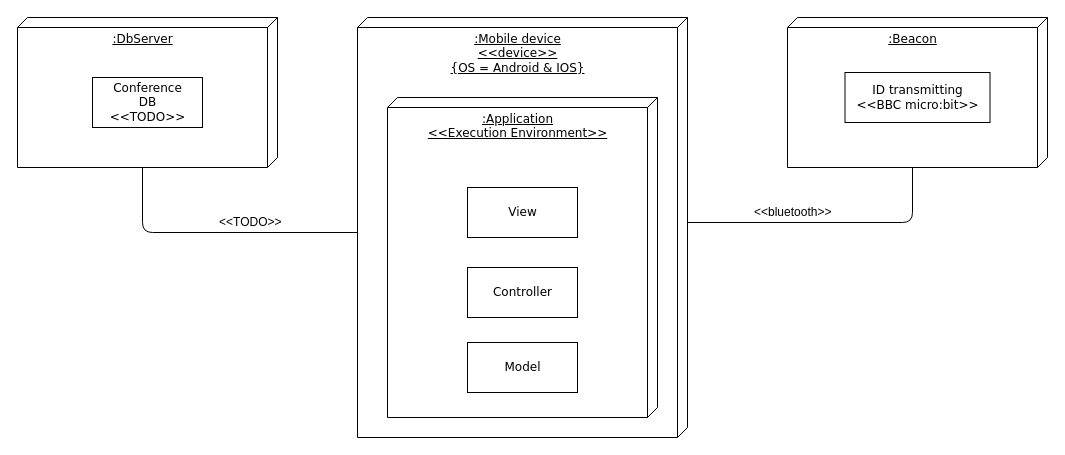
Above: doc/UML/Deployment_diagram/Deployment_diagram.drawio in kiko-g/feup-esof (draw.io), before the change. Source tidied: cells renumbered, new cells numbered last; positions are measured from the earlier drawing's top-left corner, leaving out a move shared by most shapes. Both pictures are drawn from the tidied source at 100%, with x=0, y=0 at pixel (17, 17).
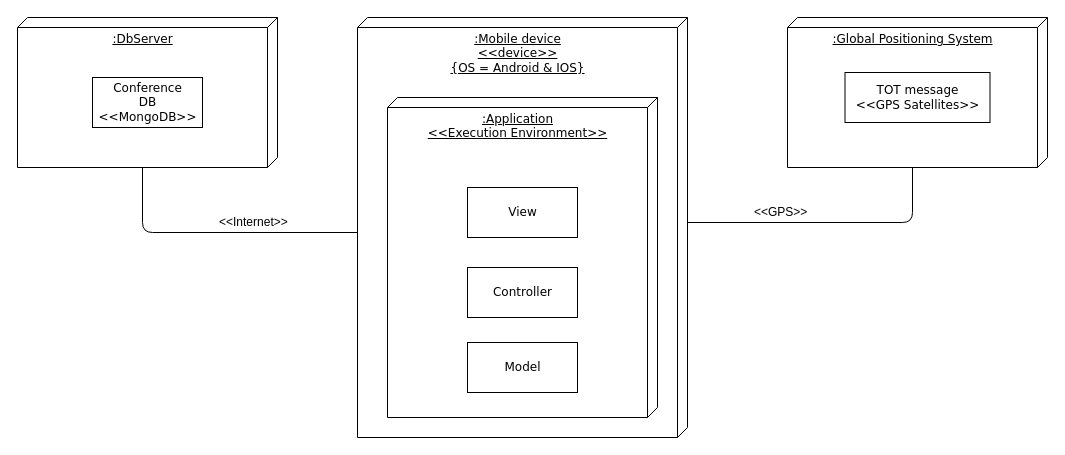
The same page after the edit.

Commit message (it also covers changes not shown here):
Updated deployment diagrams

Change to the diagram source:
```diff
@@
 <mxGraphModel background="#ffffff">
   <root>
     <mxCell id="0" />
     <mxCell id="1" parent="0" />
     <mxCell id="2" value=":Mobile device&lt;br&gt;&amp;lt;&amp;lt;device&amp;gt;&amp;gt;&lt;br&gt;{OS = Android &amp;amp; IOS}" style="verticalAlign=top;align=center;spacingTop=8;spacingLeft=2;spacingRight=12;shape=cube;size=10;direction=south;fontStyle=4;html=1;rounded=0;shadow=0;comic=0;labelBackgroundColor=none;strokeWidth=1;fontFamily=Verdana;fontSize=12;" parent="1" vertex="1">
       <mxGeometry x="340" width="330" height="420" as="geometry" />
     </mxCell>
     <mxCell id="3" value=":Application&lt;br&gt;&amp;lt;&amp;lt;Execution Environment&amp;gt;&amp;gt;" style="verticalAlign=top;align=center;spacingTop=8;spacingLeft=2;spacingRight=12;shape=cube;size=10;direction=south;fontStyle=4;html=1;rounded=0;shadow=0;comic=0;labelBackgroundColor=none;strokeWidth=1;fontFamily=Verdana;fontSize=12;" parent="1" vertex="1">
       <mxGeometry x="370" y="80" width="270" height="320" as="geometry" />
     </mxCell>
     <mxCell id="4" value=":DbServer" style="verticalAlign=top;align=center;spacingTop=8;spacingLeft=2;spacingRight=12;shape=cube;size=10;direction=south;fontStyle=4;html=1;rounded=0;shadow=0;comic=0;labelBackgroundColor=none;strokeWidth=1;fontFamily=Verdana;fontSize=12;" parent="1" vertex="1">
       <mxGeometry width="260" height="150" as="geometry" />
     </mxCell>
     <mxCell id="5" value="View" style="html=1;rounded=0;shadow=0;comic=0;labelBackgroundColor=none;strokeWidth=1;fontFamily=Verdana;fontSize=12;align=center;" parent="1" vertex="1">
       <mxGeometry x="450" y="170" width="110" height="50" as="geometry" />
     </mxCell>
-    <mxCell id="6" value="Conference&lt;br&gt;DB&lt;br&gt;&amp;lt;&amp;lt;TODO&amp;gt;&amp;gt;" style="html=1;rounded=0;shadow=0;comic=0;labelBackgroundColor=none;strokeWidth=1;fontFamily=Verdana;fontSize=12;align=center;" parent="1" vertex="1">
+    <mxCell id="6" value="Conference&lt;br&gt;DB&lt;br&gt;&amp;lt;&amp;lt;MongoDB&amp;gt;&amp;gt;" style="html=1;rounded=0;shadow=0;comic=0;labelBackgroundColor=none;strokeWidth=1;fontFamily=Verdana;fontSize=12;align=center;" parent="1" vertex="1">
       <mxGeometry x="75" y="60" width="110" height="50" as="geometry" />
     </mxCell>
-    <mxCell id="7" value="&amp;lt;&amp;lt;TODO&amp;gt;&amp;gt;" style="text;html=1;align=left;verticalAlign=top;spacingTop=-4;" parent="1" vertex="1">
-      <mxGeometry x="200" y="195" width="80" height="10" as="geometry" />
+    <mxCell id="7" value="&amp;lt;&amp;lt;Internet&amp;gt;&amp;gt;" style="text;html=1;align=left;verticalAlign=top;spacingTop=-4;" parent="1" vertex="1">
+      <mxGeometry x="200" y="195" width="80" height="20" as="geometry" />
     </mxCell>
     <mxCell id="8" value="Controller" style="html=1;rounded=0;shadow=0;comic=0;labelBackgroundColor=none;strokeWidth=1;fontFamily=Verdana;fontSize=12;align=center;" parent="1" vertex="1">
       <mxGeometry x="450" y="250" width="110" height="50" as="geometry" />
     </mxCell>
     <mxCell id="9" value="Model" style="html=1;rounded=0;shadow=0;comic=0;labelBackgroundColor=none;strokeWidth=1;fontFamily=Verdana;fontSize=12;align=center;" parent="1" vertex="1">
       <mxGeometry x="450" y="325" width="110" height="50" as="geometry" />
     </mxCell>
-    <mxCell id="10" value=":Beacon&lt;br&gt;" style="verticalAlign=top;align=center;spacingTop=8;spacingLeft=2;spacingRight=12;shape=cube;size=10;direction=south;fontStyle=4;html=1;rounded=0;shadow=0;comic=0;labelBackgroundColor=none;strokeWidth=1;fontFamily=Verdana;fontSize=12;" parent="1" vertex="1">
+    <mxCell id="10" value=":Global Positioning System" style="verticalAlign=top;align=center;spacingTop=8;spacingLeft=2;spacingRight=12;shape=cube;size=10;direction=south;fontStyle=4;html=1;rounded=0;shadow=0;comic=0;labelBackgroundColor=none;strokeWidth=1;fontFamily=Verdana;fontSize=12;" parent="1" vertex="1">
       <mxGeometry x="770" width="260" height="150" as="geometry" />
     </mxCell>
     <mxCell id="11" style="endArrow=none;html=1;entryX=0;entryY=0;entryDx=150;entryDy=135;entryPerimeter=0;exitX=0;exitY=0;exitDx=215;exitDy=330;exitPerimeter=0;" parent="1" edge="1" source="2" target="4">
       <mxGeometry relative="1" as="geometry">
         <Array as="points">
           <mxPoint x="125" y="215" />
         </Array>
       </mxGeometry>
     </mxCell>
     <mxCell id="12" style="endArrow=none;html=1;entryX=0;entryY=0;entryDx=150;entryDy=135;entryPerimeter=0;exitX=0;exitY=0;exitDx=205;exitDy=0;exitPerimeter=0;" parent="1" edge="1" source="2" target="10">
       <mxGeometry relative="1" as="geometry">
         <Array as="points">
           <mxPoint x="895" y="205" />
         </Array>
       </mxGeometry>
     </mxCell>
-    <mxCell id="13" value="&amp;lt;&amp;lt;bluetooth&amp;gt;&amp;gt;" style="text;html=1;align=left;verticalAlign=top;spacingTop=-4;" parent="1" vertex="1">
-      <mxGeometry x="735" y="185" width="90" height="10" as="geometry" />
+    <mxCell id="13" value="&amp;lt;&amp;lt;GPS&amp;gt;&amp;gt;" style="text;html=1;align=left;verticalAlign=top;spacingTop=-4;" parent="1" vertex="1">
+      <mxGeometry x="735" y="185" width="70" height="20" as="geometry" />
     </mxCell>
-    <mxCell id="14" value="ID transmitting&lt;br&gt;&lt;span&gt;&amp;lt;&amp;lt;BBC micro:bit&amp;gt;&amp;gt;&lt;/span&gt;" style="html=1;rounded=0;shadow=0;comic=0;labelBackgroundColor=none;strokeWidth=1;fontFamily=Verdana;fontSize=12;align=center;" parent="1" vertex="1">
+    <mxCell id="14" value="TOT message&lt;br&gt;&lt;span&gt;&amp;lt;&amp;lt;GPS Satellites&amp;gt;&amp;gt;&lt;/span&gt;" style="html=1;rounded=0;shadow=0;comic=0;labelBackgroundColor=none;strokeWidth=1;fontFamily=Verdana;fontSize=12;align=center;" parent="1" vertex="1">
       <mxGeometry x="827.5" y="55" width="145" height="50" as="geometry" />
     </mxCell>
   </root>
 </mxGraphModel>
```
